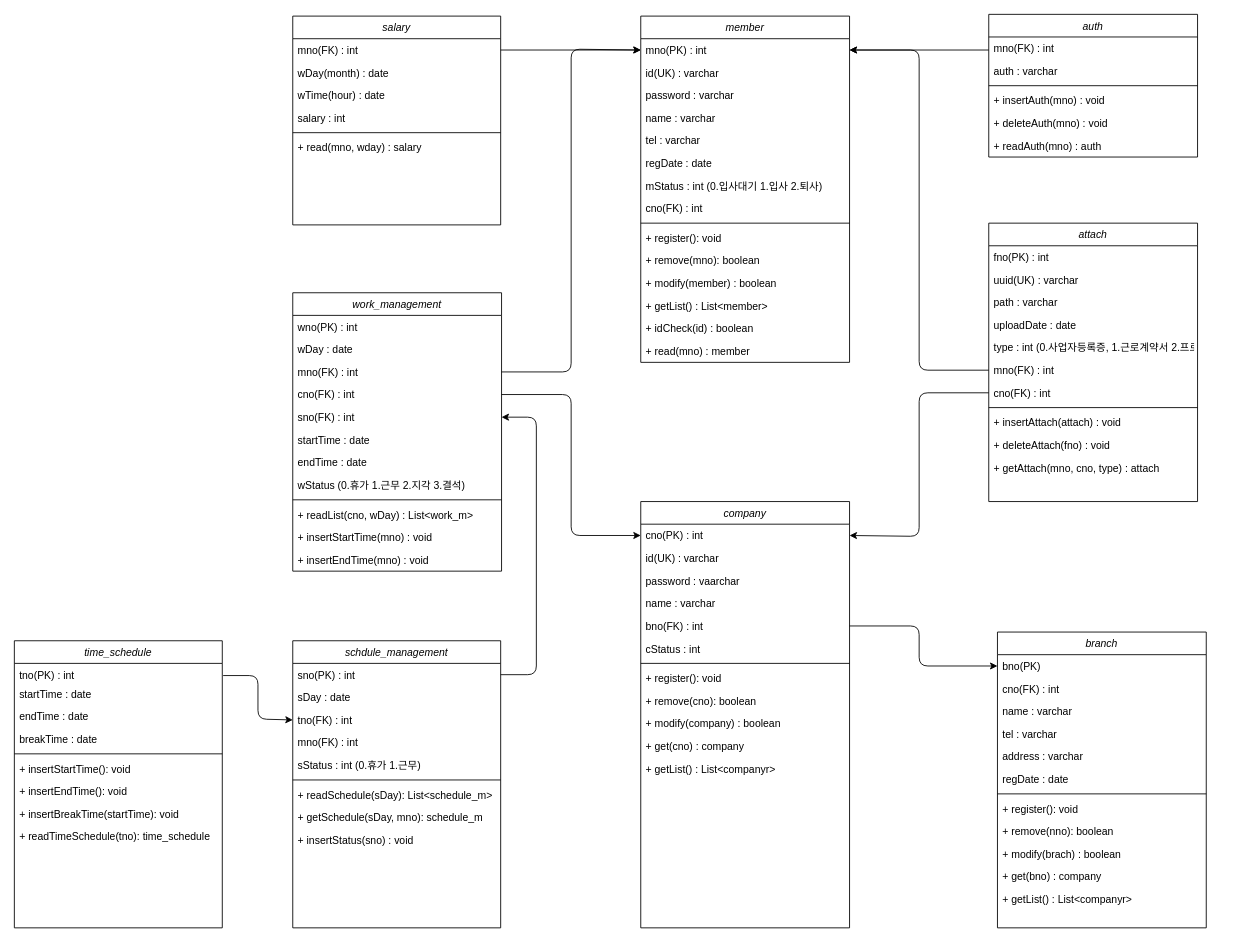
Earlier version of the draw.io diagram src/dir/Untitled Diagram.drawio (dotlamp/java). Source tidied: cells renumbered, new cells numbered last; positions are measured from the earlier drawing's top-left corner, leaving out a move shared by most shapes. Both pictures are drawn from the tidied source at 87%, with x=0, y=0 at pixel (14, 14).
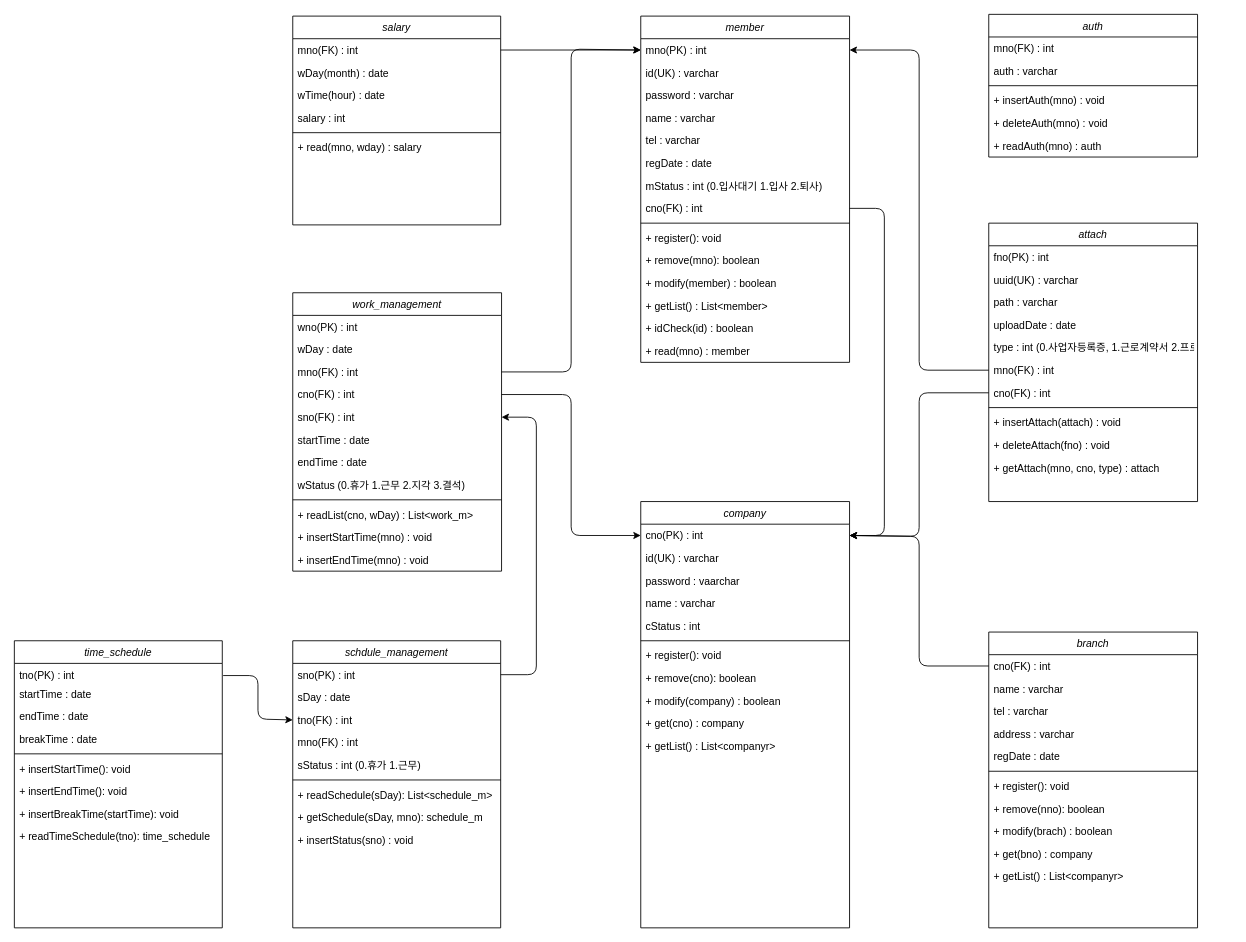
After the change.

The change refers to these unchanged cells:
```xml
<mxCell id="3" value="mno(PK) : int" style="text;align=left;verticalAlign=top;spacingLeft=4;spacingRight=4;overflow=hidden;points=[[0,0.5],[1,0.5]];portConstraint=eastwest;" parent="2" vertex="1">
  <mxGeometry y="26" width="240" height="26" as="geometry" />
</mxCell>
<mxCell id="10" value="cno(FK) : int" style="text;align=left;verticalAlign=top;spacingLeft=4;spacingRight=4;overflow=hidden;points=[[0,0.5],[1,0.5]];portConstraint=eastwest;rounded=0;shadow=0;html=0;" parent="2" vertex="1">
  <mxGeometry y="208" width="240" height="26" as="geometry" />
</mxCell>
<mxCell id="77" value="company" style="swimlane;fontStyle=2;align=center;verticalAlign=top;horizontal=1;startSize=26;rounded=0;shadow=0;strokeWidth=1;" parent="1" vertex="1">
  <mxGeometry x="720" y="560" width="240" height="490" as="geometry" />
</mxCell>
<mxCell id="78" value="cno(PK) : int" style="text;align=left;verticalAlign=top;spacingLeft=4;spacingRight=4;overflow=hidden;points=[[0,0.5],[1,0.5]];portConstraint=eastwest;" parent="77" vertex="1">
  <mxGeometry y="26" width="240" height="26" as="geometry" />
</mxCell>
```

Change to the diagram source:
```diff
@@
-    <mxCell id="82" value="bno(FK) : int" style="text;align=left;verticalAlign=top;spacingLeft=4;spacingRight=4;overflow=hidden;points=[[0,0.5],[1,0.5]];portConstraint=eastwest;rounded=0;shadow=0;html=0;" parent="77" vertex="1">
-      <mxGeometry y="130" width="240" height="26" as="geometry" />
-    </mxCell>
     <mxCell id="83" value="cStatus : int" style="text;align=left;verticalAlign=top;spacingLeft=4;spacingRight=4;overflow=hidden;rounded=0;shadow=0;html=0;" parent="77" vertex="1">
-      <mxGeometry y="156" width="240" height="26" as="geometry" />
+      <mxGeometry y="130" width="240" height="26" as="geometry" />
     </mxCell>
     <mxCell id="84" style="line;strokeWidth=1;fillColor=none;align=left;verticalAlign=middle;spacingTop=-1;spacingLeft=3;spacingRight=3;labelPosition=right;" parent="77" vertex="1">
-      <mxGeometry y="182" width="240" height="8" as="geometry" />
+      <mxGeometry y="156" width="240" height="8" as="geometry" />
     </mxCell>
     <mxCell id="85" value="+ register(): void" style="text;strokeColor=none;fillColor=none;align=left;verticalAlign=top;spacingLeft=4;spacingRight=4;overflow=hidden;" parent="77" vertex="1">
-      <mxGeometry y="190" width="240" height="26" as="geometry" />
+      <mxGeometry y="164" width="240" height="26" as="geometry" />
     </mxCell>
     <mxCell id="86" value="+ remove(cno): boolean" style="text;strokeColor=none;fillColor=none;align=left;verticalAlign=top;spacingLeft=4;spacingRight=4;overflow=hidden;" parent="77" vertex="1">
-      <mxGeometry y="216" width="240" height="26" as="geometry" />
+      <mxGeometry y="190" width="240" height="26" as="geometry" />
     </mxCell>
     <mxCell id="87" value="+ modify(company) : boolean" style="text;strokeColor=none;fillColor=none;align=left;verticalAlign=top;spacingLeft=4;spacingRight=4;overflow=hidden;" parent="77" vertex="1">
-      <mxGeometry y="242" width="240" height="26" as="geometry" />
+      <mxGeometry y="216" width="240" height="26" as="geometry" />
     </mxCell>
     <mxCell id="88" value="+ get(cno) : company" style="text;strokeColor=none;fillColor=none;align=left;verticalAlign=top;spacingLeft=4;spacingRight=4;overflow=hidden;" parent="77" vertex="1">
-      <mxGeometry y="268" width="240" height="26" as="geometry" />
+      <mxGeometry y="242" width="240" height="26" as="geometry" />
     </mxCell>
     <mxCell id="89" value="+ getList() : List&lt;companyr&gt;" style="text;strokeColor=none;fillColor=none;align=left;verticalAlign=top;spacingLeft=4;spacingRight=4;overflow=hidden;" parent="77" vertex="1">
-      <mxGeometry y="294" width="240" height="26" as="geometry" />
+      <mxGeometry y="268" width="240" height="26" as="geometry" />
     </mxCell>
@@
-    <mxCell id="91" style="endArrow=classic;html=1;entryX=1;entryY=0.5;entryDx=0;entryDy=0;" parent="1" edge="1" target="3">
-      <mxGeometry relative="1" as="geometry">
-        <mxPoint x="1120" y="41" as="sourcePoint" />
-      </mxGeometry>
-    </mxCell>
@@
     <mxCell id="98" value="branch" style="swimlane;fontStyle=2;align=center;verticalAlign=top;horizontal=1;startSize=26;rounded=0;shadow=0;strokeWidth=1;" parent="1" vertex="1">
-      <mxGeometry x="1130" y="710" width="240" height="340" as="geometry" />
+      <mxGeometry x="1120" y="710" width="240" height="340" as="geometry" />
     </mxCell>
-    <mxCell id="99" value="bno(PK)" style="text;align=left;verticalAlign=top;spacingLeft=4;spacingRight=4;overflow=hidden;points=[[0,0.5],[1,0.5]];portConstraint=eastwest;" parent="98" vertex="1">
-      <mxGeometry y="26" width="240" height="26" as="geometry" />
-    </mxCell>
     <mxCell id="100" value="cno(FK) : int" style="text;align=left;verticalAlign=top;spacingLeft=4;spacingRight=4;overflow=hidden;points=[[0,0.5],[1,0.5]];portConstraint=eastwest;rounded=0;shadow=0;html=0;" parent="98" vertex="1">
-      <mxGeometry y="52" width="240" height="26" as="geometry" />
+      <mxGeometry y="26" width="240" height="26" as="geometry" />
     </mxCell>
     <mxCell id="101" value="name : varchar" style="text;align=left;verticalAlign=top;spacingLeft=4;spacingRight=4;overflow=hidden;rounded=0;shadow=0;html=0;" parent="98" vertex="1">
-      <mxGeometry y="78" width="240" height="26" as="geometry" />
+      <mxGeometry y="52" width="240" height="26" as="geometry" />
     </mxCell>
     <mxCell id="102" value="tel : varchar" style="text;align=left;verticalAlign=top;spacingLeft=4;spacingRight=4;overflow=hidden;rounded=0;shadow=0;html=0;" parent="98" vertex="1">
-      <mxGeometry y="104" width="240" height="26" as="geometry" />
+      <mxGeometry y="78" width="240" height="26" as="geometry" />
     </mxCell>
     <mxCell id="103" value="address : varchar" style="text;align=left;verticalAlign=top;spacingLeft=4;spacingRight=4;overflow=hidden;rounded=0;shadow=0;html=0;" parent="98" vertex="1">
-      <mxGeometry y="130" width="240" height="26" as="geometry" />
+      <mxGeometry y="104" width="240" height="26" as="geometry" />
     </mxCell>
     <mxCell id="104" value="regDate : date" style="text;align=left;verticalAlign=top;spacingLeft=4;spacingRight=4;overflow=hidden;rounded=0;shadow=0;html=0;" parent="98" vertex="1">
-      <mxGeometry y="156" width="240" height="26" as="geometry" />
+      <mxGeometry y="130" width="240" height="26" as="geometry" />
     </mxCell>
     <mxCell id="105" style="line;strokeWidth=1;fillColor=none;align=left;verticalAlign=middle;spacingTop=-1;spacingLeft=3;spacingRight=3;labelPosition=right;" parent="98" vertex="1">
-      <mxGeometry y="182" width="240" height="8" as="geometry" />
+      <mxGeometry y="156" width="240" height="8" as="geometry" />
     </mxCell>
     <mxCell id="106" value="+ register(): void" style="text;strokeColor=none;fillColor=none;align=left;verticalAlign=top;spacingLeft=4;spacingRight=4;overflow=hidden;" parent="98" vertex="1">
-      <mxGeometry y="190" width="240" height="26" as="geometry" />
+      <mxGeometry y="164" width="240" height="26" as="geometry" />
     </mxCell>
     <mxCell id="107" value="+ remove(nno): boolean" style="text;strokeColor=none;fillColor=none;align=left;verticalAlign=top;spacingLeft=4;spacingRight=4;overflow=hidden;" parent="98" vertex="1">
-      <mxGeometry y="216" width="240" height="26" as="geometry" />
+      <mxGeometry y="190" width="240" height="26" as="geometry" />
     </mxCell>
     <mxCell id="108" value="+ modify(brach) : boolean" style="text;strokeColor=none;fillColor=none;align=left;verticalAlign=top;spacingLeft=4;spacingRight=4;overflow=hidden;" parent="98" vertex="1">
-      <mxGeometry y="242" width="240" height="26" as="geometry" />
+      <mxGeometry y="216" width="240" height="26" as="geometry" />
     </mxCell>
     <mxCell id="109" value="+ get(bno) : company" style="text;strokeColor=none;fillColor=none;align=left;verticalAlign=top;spacingLeft=4;spacingRight=4;overflow=hidden;" parent="98" vertex="1">
-      <mxGeometry y="268" width="240" height="26" as="geometry" />
+      <mxGeometry y="242" width="240" height="26" as="geometry" />
     </mxCell>
     <mxCell id="110" value="+ getList() : List&lt;companyr&gt;" style="text;strokeColor=none;fillColor=none;align=left;verticalAlign=top;spacingLeft=4;spacingRight=4;overflow=hidden;" parent="98" vertex="1">
-      <mxGeometry y="294" width="240" height="26" as="geometry" />
+      <mxGeometry y="268" width="240" height="26" as="geometry" />
     </mxCell>
-    <mxCell id="111" style="endArrow=classic;html=1;exitX=1;exitY=0.5;exitDx=0;exitDy=0;entryX=0;entryY=0.5;entryDx=0;entryDy=0;" parent="1" edge="1" source="82" target="99">
+    <mxCell id="111" style="endArrow=classic;html=1;exitX=0;exitY=0.5;exitDx=0;exitDy=0;entryX=1;entryY=0.5;entryDx=0;entryDy=0;" parent="1" edge="1" source="100" target="78">
       <mxGeometry relative="1" as="geometry">
         <Array as="points">
-          <mxPoint x="1040" y="703" />
           <mxPoint x="1040" y="749" />
+          <mxPoint x="1040" y="600" />
         </Array>
       </mxGeometry>
     </mxCell>
+    <mxCell id="112" style="endArrow=classic;html=1;exitX=1;exitY=0.5;exitDx=0;exitDy=0;entryX=1;entryY=0.5;entryDx=0;entryDy=0;" parent="1" edge="1" source="10" target="78">
+      <mxGeometry relative="1" as="geometry">
+        <Array as="points">
+          <mxPoint x="1000" y="223" />
+          <mxPoint x="1000" y="599" />
+        </Array>
+      </mxGeometry>
+    </mxCell>
```
